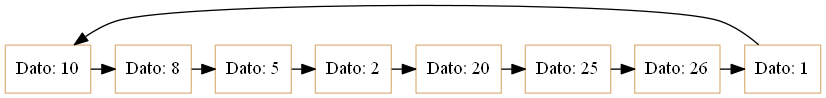
Above: LCS/listasimple.png in jose3201/ListaCircularSimple (Graphviz), before the change. Its source is kept beside it as LCS/listasimple.dot. The source it was exported from:
```dot
digraph G {

node[shape=box];


RR0[label="Dato: 10",color="burlywood"];
RR1[label="Dato: 8",color="burlywood"];
RR2[label="Dato: 5",color="burlywood"];
RR3[label="Dato: 2",color="burlywood"];
RR4[label="Dato: 20",color="burlywood"];
RR5[label="Dato: 25",color="burlywood"];
RR6[label="Dato: 26",color="burlywood"];
RR7[label="Dato: 1",color="burlywood"];
{rank=same; RR0->RR1->RR2->RR3->RR4->RR5->RR6->RR7->RR0;};

}
```
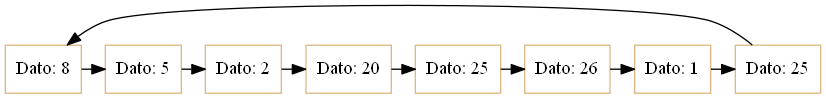
The same diagram one commit later.

Change to the diagram source:
```diff
@@ -3,14 +3,14 @@
 node[shape=box];
 
 
-RR0[label="Dato: 10",color="burlywood"];
-RR1[label="Dato: 8",color="burlywood"];
-RR2[label="Dato: 5",color="burlywood"];
-RR3[label="Dato: 2",color="burlywood"];
-RR4[label="Dato: 20",color="burlywood"];
-RR5[label="Dato: 25",color="burlywood"];
-RR6[label="Dato: 26",color="burlywood"];
-RR7[label="Dato: 1",color="burlywood"];
+RR0[label="Dato: 8",color="burlywood"];
+RR1[label="Dato: 5",color="burlywood"];
+RR2[label="Dato: 2",color="burlywood"];
+RR3[label="Dato: 20",color="burlywood"];
+RR4[label="Dato: 25",color="burlywood"];
+RR5[label="Dato: 26",color="burlywood"];
+RR6[label="Dato: 1",color="burlywood"];
+RR7[label="Dato: 25",color="burlywood"];
 {rank=same; RR0->RR1->RR2->RR3->RR4->RR5->RR6->RR7->RR0;};
 
 }
```
